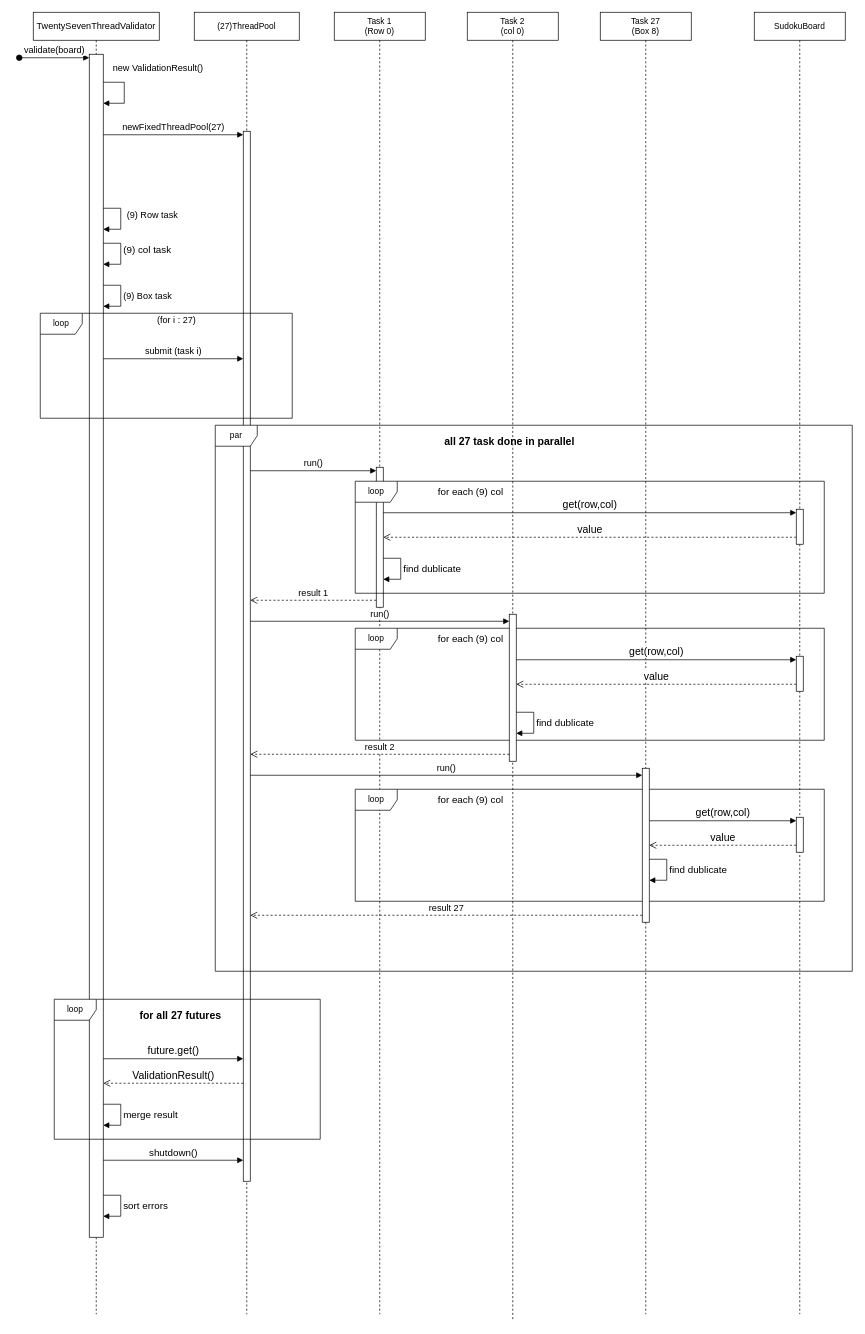
Earlier version of the draw.io diagram diagrams/mode27 sequence diagram.drawio (Smook-e/Prog_lab9). Source tidied: cells renumbered, new cells numbered last; positions are measured from the earlier drawing's top-left corner, leaving out a move shared by most shapes. Both pictures are drawn from the tidied source at 70%, with x=0, y=0 at pixel (19, 12).
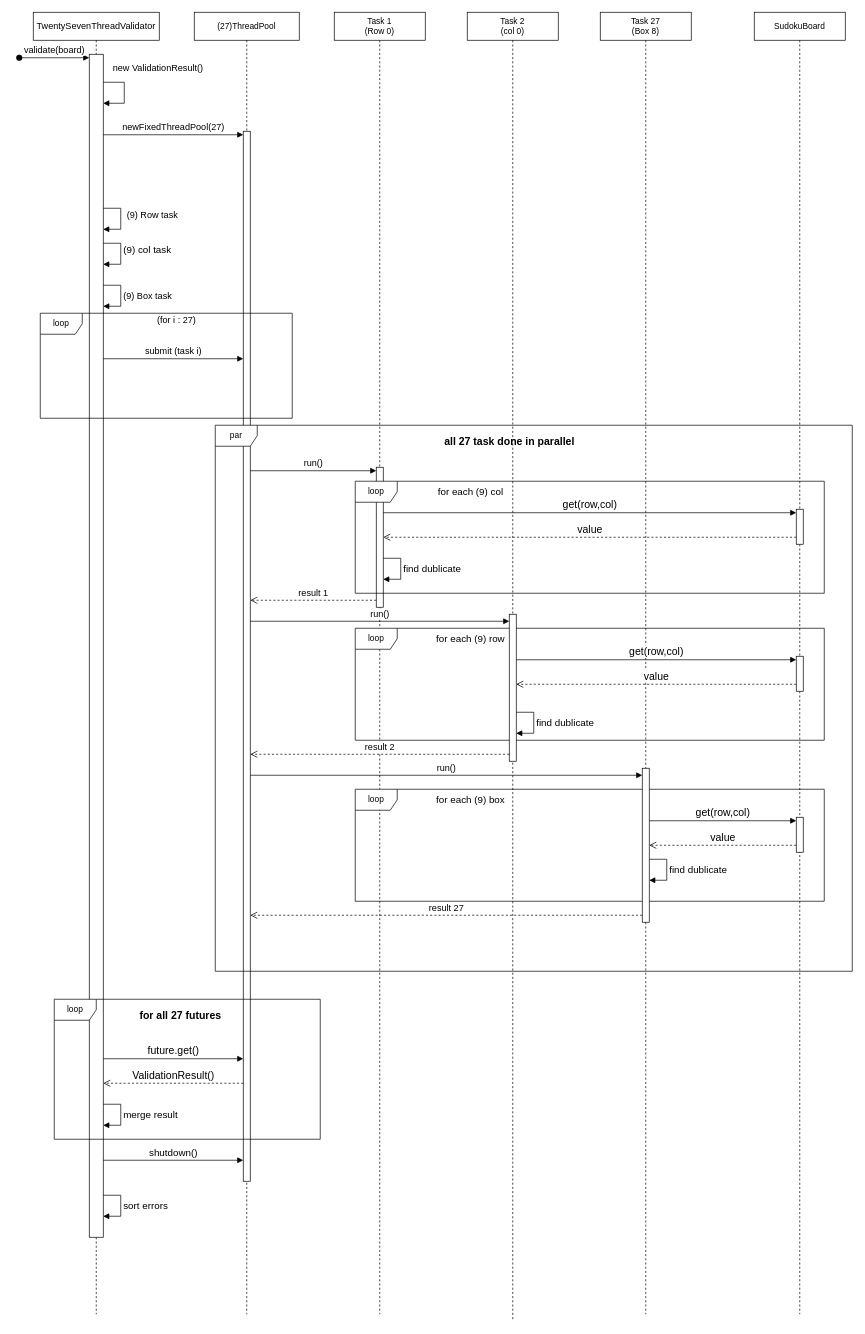
The same diagram, later.

Diff of the diagram source:
```diff
@@
-    <mxCell id="34" value="for each (9) col" style="text;html=1;whiteSpace=wrap;strokeColor=none;fillColor=none;align=center;verticalAlign=middle;rounded=0;fontSize=14;" parent="1" vertex="1">
+    <mxCell id="34" value="for each (9) row" style="text;html=1;whiteSpace=wrap;strokeColor=none;fillColor=none;align=center;verticalAlign=middle;rounded=0;fontSize=14;" parent="1" vertex="1">
       <mxGeometry x="590" y="880" width="110" height="30" as="geometry" />
     </mxCell>
@@
-    <mxCell id="43" value="for each (9) col" style="text;html=1;whiteSpace=wrap;strokeColor=none;fillColor=none;align=center;verticalAlign=middle;rounded=0;fontSize=14;" parent="1" vertex="1">
+    <mxCell id="43" value="for each (9) box" style="text;html=1;whiteSpace=wrap;strokeColor=none;fillColor=none;align=center;verticalAlign=middle;rounded=0;fontSize=14;" parent="1" vertex="1">
       <mxGeometry x="590" y="1110" width="110" height="30" as="geometry" />
     </mxCell>
```
